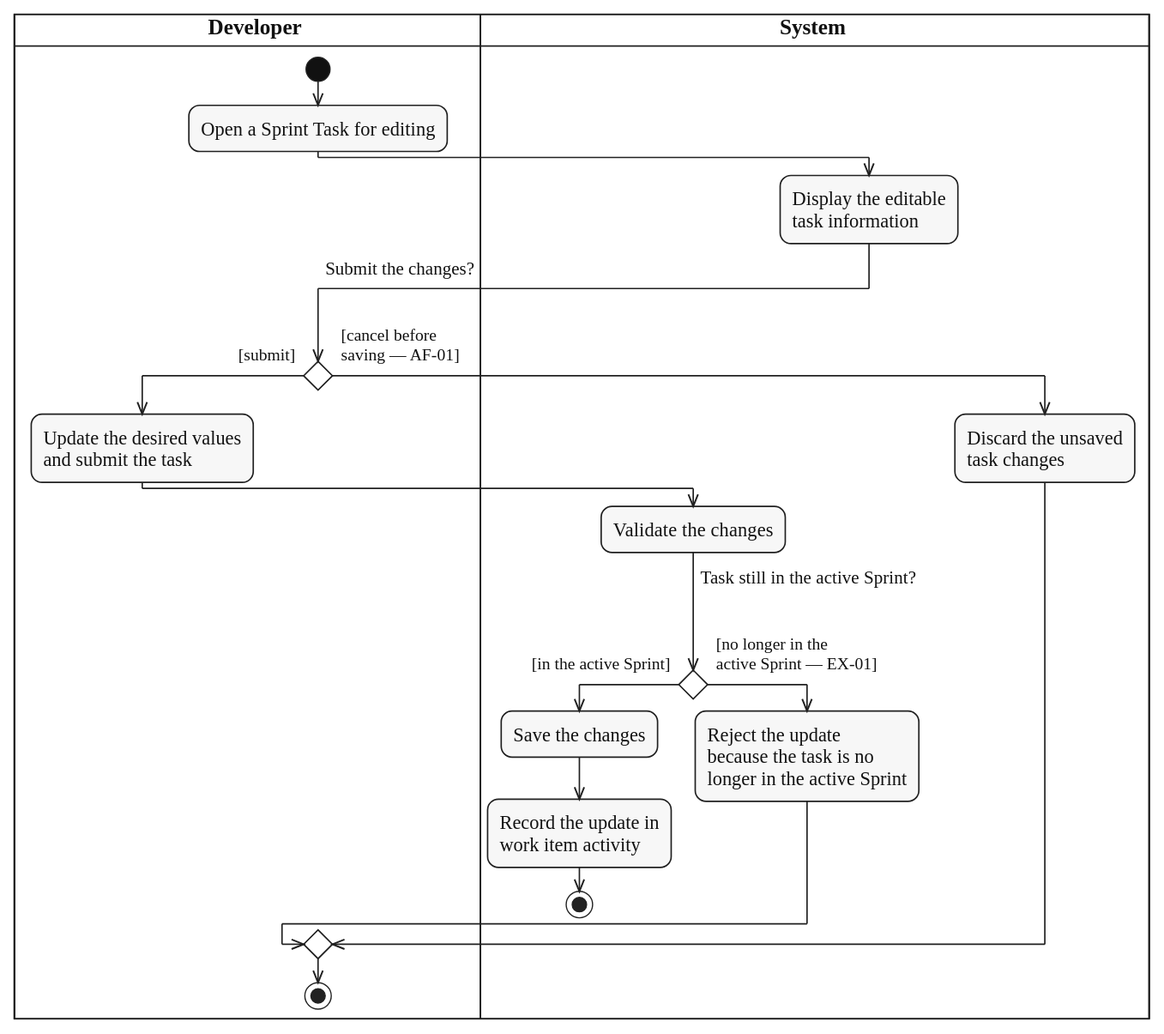
Before: diagrams/activity/sprint-work/svg/UC-SPRINT-TASK-UPDATE.svg, a diagram exported from PlantUML (lukenab/swd392-doc-automation). Its source is kept beside it as diagrams/activity/sprint-work/source/UC-SPRINT-TASK-UPDATE.puml.
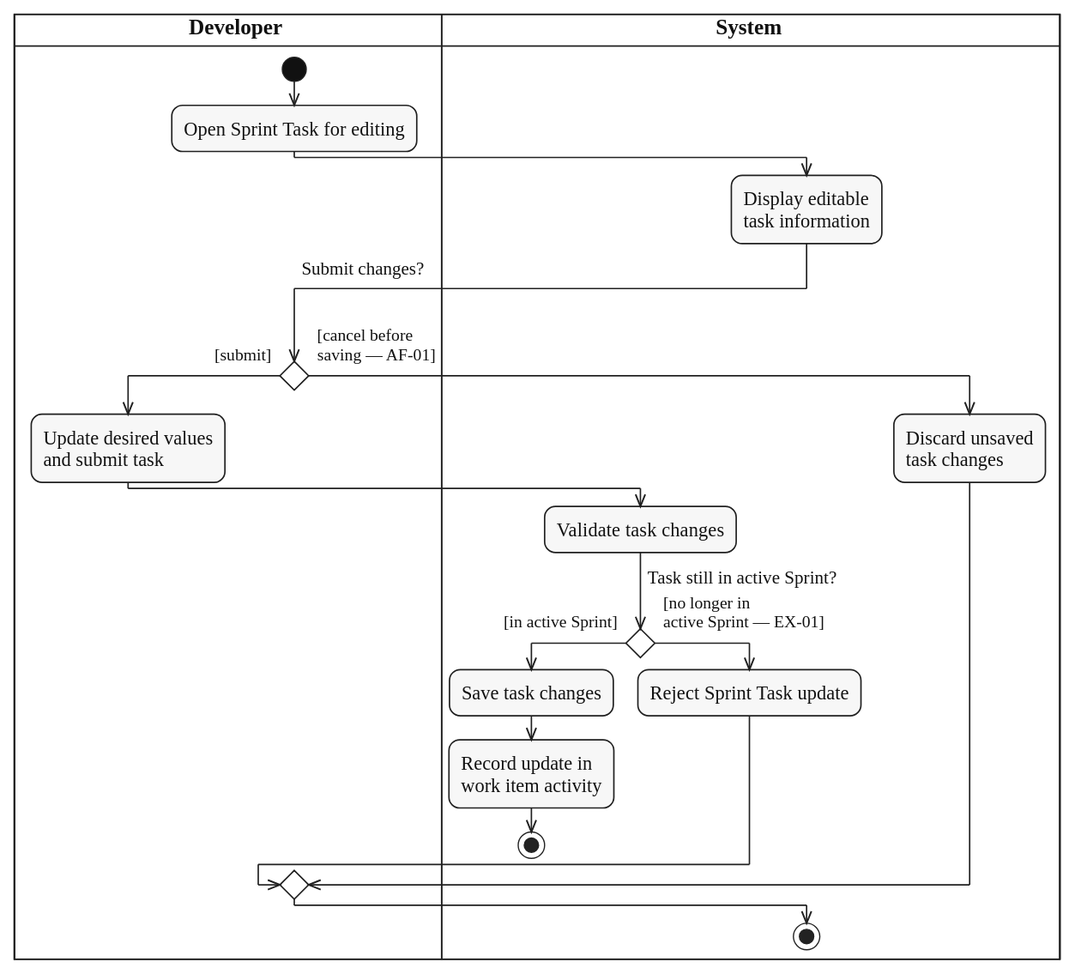
The same file after the commit.

Change to the diagram source:
```diff
@@ -5,31 +5,29 @@
 
 |DEV|
 start
-:Open a Sprint Task for editing;
+:Open Sprint Task for editing;
 |SYS|
-:Display the editable
+:Display editable
 task information;
 |DEV|
-if ($question_x("Submit the changes?")) then ($guard_left("[submit]"))
-  :Update the desired values
-  and submit the task;
+if ($question_x("Submit changes?")) then ($guard_left("[submit]"))
+  :Update desired values
+  and submit task;
   |SYS|
-  :Validate the changes;
-  if ($question_x("Task still in the active Sprint?")) then ($guard_left("[in the active Sprint]"))
-    :Save the changes;
-    :Record the update in
+  :Validate task changes;
+  if ($question("Task still in active Sprint?")) then ($guard_left("[in active Sprint]"))
+    :Save task changes;
+    :Record update in
     work item activity;
     stop
-  else ($guard_right("[no longer in the", "active Sprint — EX-01]"))
-    :Reject the update
-    because the task is no
-    longer in the active Sprint;
+  else ($guard_right("[no longer in", "active Sprint — EX-01]"))
+    :Reject Sprint Task update;
   endif
 else ($guard_right("[cancel before", "saving — AF-01]"))
   |SYS|
-  :Discard the unsaved
+  :Discard unsaved
   task changes;
 endif
-|DEV|
+|SYS|
 stop
 @enduml
```
